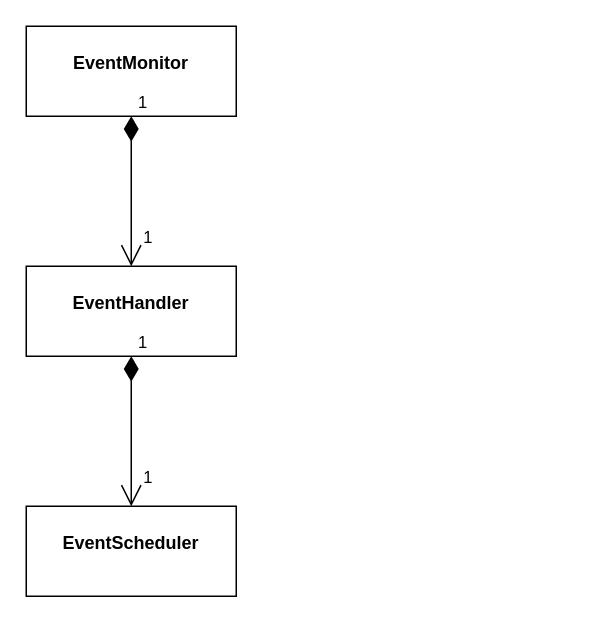
This is medialive/鹊桥缩扩容事件相关类UML.drawio from gaoji1/-, a draw.io file, before an edit. Source tidied: cells renumbered, new cells numbered last; positions are measured from the earlier drawing's top-left corner, leaving out a move shared by most shapes. Both pictures are drawn from the tidied source at 150%, with x=0, y=0 at pixel (26, 26).
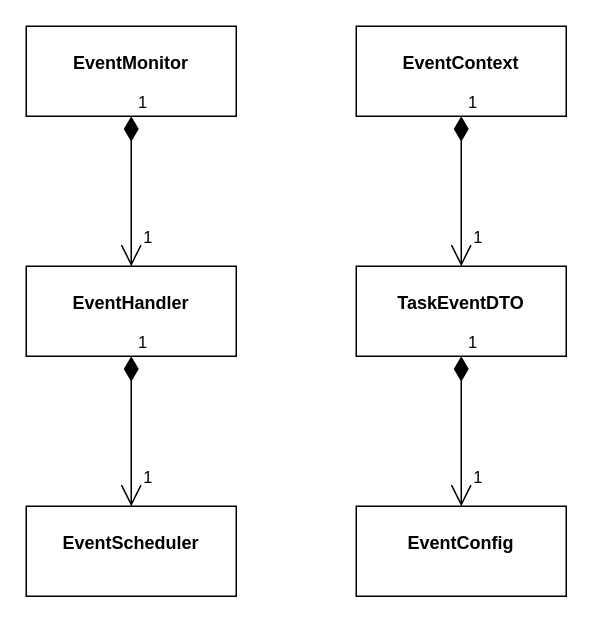
The same diagram, later.

Commit message (it also covers changes not shown here):
Update 鹊桥缩扩容事件相关类UML.drawio

The edit, as a diff of the source:
```diff
@@
 <mxGraphModel>
   <root>
     <mxCell id="0" />
     <mxCell id="1" parent="0" />
     <mxCell id="2" value="&lt;p style=&quot;margin: 0px ; margin-top: 4px ; text-align: center&quot;&gt;&lt;br&gt;&lt;b&gt;EventMonitor&lt;/b&gt;&lt;br&gt;&lt;/p&gt;" style="verticalAlign=top;align=left;overflow=fill;fontSize=12;fontFamily=Helvetica;html=1;" parent="1" vertex="1">
       <mxGeometry width="140" height="60" as="geometry" />
     </mxCell>
     <mxCell id="3" value="&lt;p style=&quot;margin: 0px ; margin-top: 4px ; text-align: center&quot;&gt;&lt;br&gt;&lt;b&gt;EventHandler&lt;/b&gt;&lt;br&gt;&lt;/p&gt;" style="verticalAlign=top;align=left;overflow=fill;fontSize=12;fontFamily=Helvetica;html=1;" parent="1" vertex="1">
       <mxGeometry y="160" width="140" height="60" as="geometry" />
     </mxCell>
     <mxCell id="4" value="1" style="endArrow=open;html=1;endSize=12;startArrow=diamondThin;startSize=14;startFill=1;edgeStyle=orthogonalEdgeStyle;align=left;verticalAlign=bottom;exitX=0.5;exitY=1;exitDx=0;exitDy=0;entryX=0.5;entryY=0;entryDx=0;entryDy=0;" parent="1" edge="1" source="2" target="3">
       <mxGeometry x="-1" y="3" relative="1" as="geometry" />
     </mxCell>
     <mxCell id="5" value="1" style="edgeLabel;html=1;align=center;verticalAlign=middle;" parent="4" vertex="1">
       <mxGeometry x="0.72" y="1" relative="1" as="geometry">
         <mxPoint x="9" y="-6" as="offset" />
       </mxGeometry>
     </mxCell>
     <mxCell id="6" value="&lt;p style=&quot;margin: 0px ; margin-top: 4px ; text-align: center&quot;&gt;&lt;br&gt;&lt;b&gt;EventScheduler&lt;/b&gt;&lt;br&gt;&lt;/p&gt;" style="verticalAlign=top;align=left;overflow=fill;fontSize=12;fontFamily=Helvetica;html=1;" parent="1" vertex="1">
       <mxGeometry y="320" width="140" height="60" as="geometry" />
     </mxCell>
     <mxCell id="7" value="1" style="endArrow=open;html=1;endSize=12;startArrow=diamondThin;startSize=14;startFill=1;edgeStyle=orthogonalEdgeStyle;align=left;verticalAlign=bottom;exitX=0.5;exitY=1;exitDx=0;exitDy=0;entryX=0.5;entryY=0;entryDx=0;entryDy=0;" parent="1" edge="1" source="3" target="6">
       <mxGeometry x="-1" y="3" relative="1" as="geometry" />
     </mxCell>
     <mxCell id="8" value="1" style="edgeLabel;html=1;align=center;verticalAlign=middle;" parent="7" vertex="1">
       <mxGeometry x="0.72" y="1" relative="1" as="geometry">
         <mxPoint x="9" y="-6" as="offset" />
       </mxGeometry>
     </mxCell>
+    <mxCell id="9" value="&lt;p style=&quot;margin: 0px ; margin-top: 4px ; text-align: center&quot;&gt;&lt;br&gt;&lt;b&gt;EventContext&lt;/b&gt;&lt;br&gt;&lt;/p&gt;" style="verticalAlign=top;align=left;overflow=fill;fontSize=12;fontFamily=Helvetica;html=1;" parent="1" vertex="1">
+      <mxGeometry x="220" width="140" height="60" as="geometry" />
+    </mxCell>
+    <mxCell id="10" value="&lt;p style=&quot;margin: 0px ; margin-top: 4px ; text-align: center&quot;&gt;&lt;br&gt;&lt;b&gt;TaskEventDTO&lt;/b&gt;&lt;br&gt;&lt;/p&gt;" style="verticalAlign=top;align=left;overflow=fill;fontSize=12;fontFamily=Helvetica;html=1;" parent="1" vertex="1">
+      <mxGeometry x="220" y="160" width="140" height="60" as="geometry" />
+    </mxCell>
+    <mxCell id="11" value="1" style="endArrow=open;html=1;endSize=12;startArrow=diamondThin;startSize=14;startFill=1;edgeStyle=orthogonalEdgeStyle;align=left;verticalAlign=bottom;exitX=0.5;exitY=1;exitDx=0;exitDy=0;entryX=0.5;entryY=0;entryDx=0;entryDy=0;" parent="1" edge="1" source="9" target="10">
+      <mxGeometry x="-1" y="3" relative="1" as="geometry" />
+    </mxCell>
+    <mxCell id="12" value="1" style="edgeLabel;html=1;align=center;verticalAlign=middle;" parent="11" vertex="1">
+      <mxGeometry x="0.72" y="1" relative="1" as="geometry">
+        <mxPoint x="9" y="-6" as="offset" />
+      </mxGeometry>
+    </mxCell>
+    <mxCell id="13" value="&lt;p style=&quot;margin: 0px ; margin-top: 4px ; text-align: center&quot;&gt;&lt;br&gt;&lt;b&gt;EventConfig&lt;/b&gt;&lt;br&gt;&lt;/p&gt;" style="verticalAlign=top;align=left;overflow=fill;fontSize=12;fontFamily=Helvetica;html=1;" parent="1" vertex="1">
+      <mxGeometry x="220" y="320" width="140" height="60" as="geometry" />
+    </mxCell>
+    <mxCell id="14" value="1" style="endArrow=open;html=1;endSize=12;startArrow=diamondThin;startSize=14;startFill=1;edgeStyle=orthogonalEdgeStyle;align=left;verticalAlign=bottom;exitX=0.5;exitY=1;exitDx=0;exitDy=0;entryX=0.5;entryY=0;entryDx=0;entryDy=0;" parent="1" edge="1" source="10" target="13">
+      <mxGeometry x="-1" y="3" relative="1" as="geometry" />
+    </mxCell>
+    <mxCell id="15" value="1" style="edgeLabel;html=1;align=center;verticalAlign=middle;" parent="14" vertex="1">
+      <mxGeometry x="0.72" y="1" relative="1" as="geometry">
+        <mxPoint x="9" y="-6" as="offset" />
+      </mxGeometry>
+    </mxCell>
   </root>
 </mxGraphModel>
```
